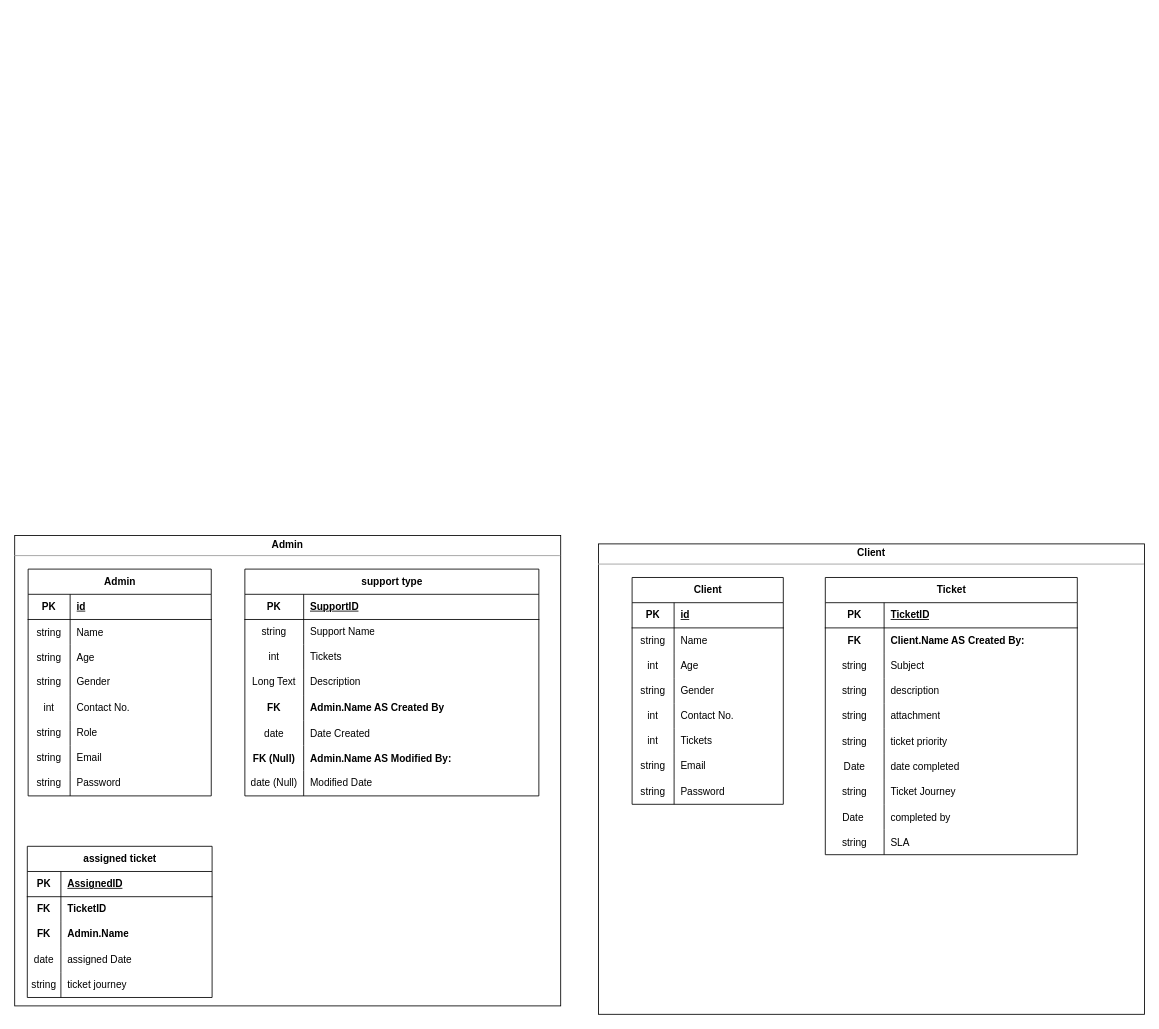
Earlier version of the draw.io diagram hackdesk-erd.drawio (clydeaaron/hackdesk-erd). Source tidied: cells renumbered, new cells numbered last; positions are measured from the earlier drawing's top-left corner, leaving out a move shared by most shapes. Both pictures are drawn from the tidied source at 84%, with x=0, y=0 at pixel (14, 535).
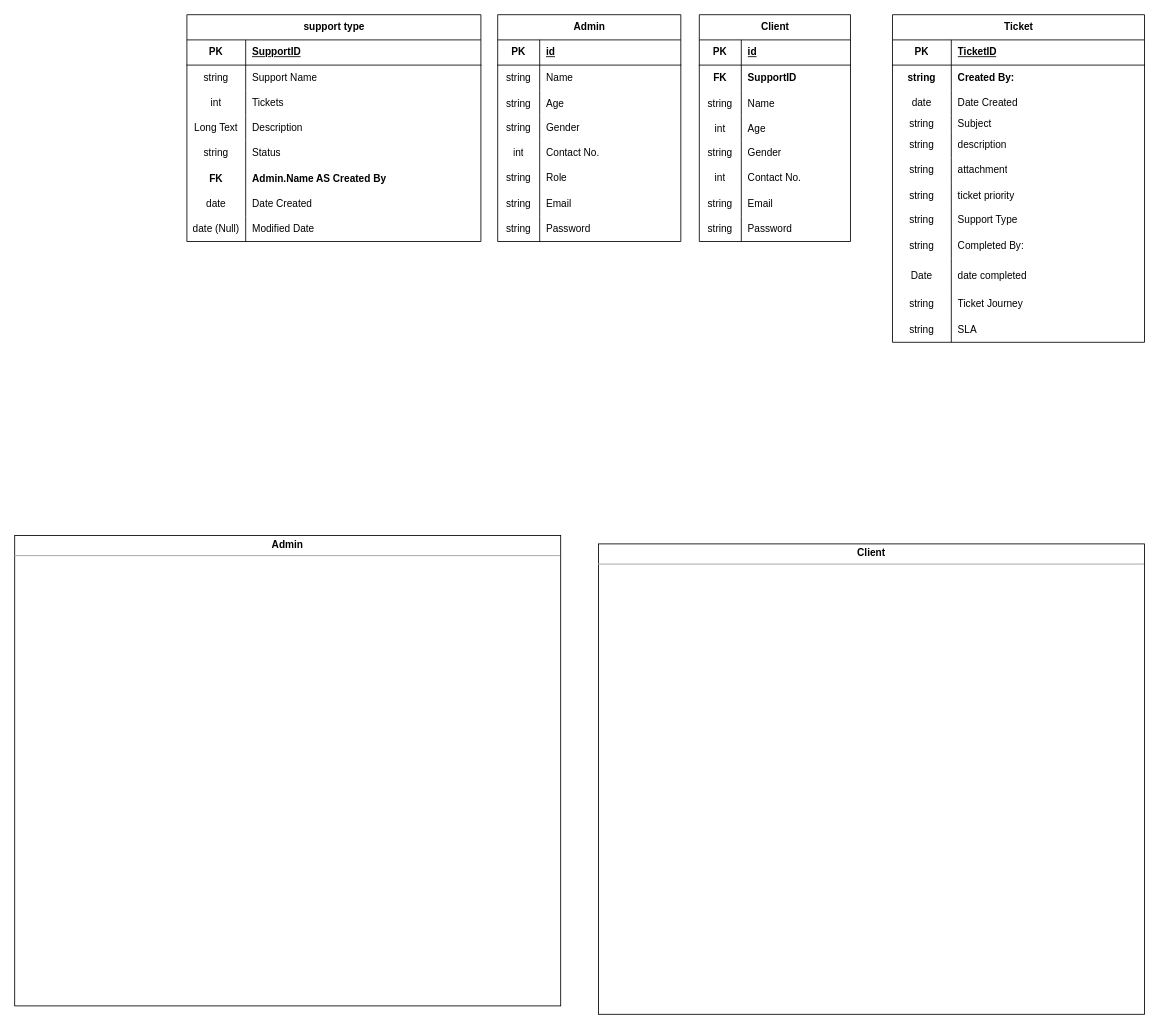
The same diagram, later.

Unchanged cells that the change refers to:
```xml
<mxCell id="32" style="shape=tableRow;horizontal=0;startSize=0;swimlaneHead=0;swimlaneBody=0;fillColor=none;top=0;left=0;right=0;bottom=0;" parent="28" vertex="1">
  <mxGeometry y="60" width="300" height="30" as="geometry" />
</mxCell>
```

The edit, as a diff of the source:
```diff
@@
     <mxCell id="3" value="Client" style="shape=table;startSize=30;childLayout=tableLayout;rowLines=0;fontStyle=1;align=center;html=1;" parent="1" vertex="1">
-      <mxGeometry x="735" y="50" width="180" height="270" as="geometry" />
+      <mxGeometry x="815" y="-620" width="180" height="270" as="geometry" />
     </mxCell>
@@
+    <mxCell id="127" style="shape=tableRow;horizontal=0;startSize=0;swimlaneHead=0;swimlaneBody=0;fillColor=none;top=0;left=0;right=0;bottom=0;fontStyle=1;" parent="3" vertex="1">
+      <mxGeometry y="60" width="180" height="30" as="geometry" />
+    </mxCell>
+    <mxCell id="115" value="FK" style="shape=partialRectangle;fillColor=none;top=0;left=0;bottom=0;right=0;fontStyle=1;overflow=hidden;whiteSpace=wrap;html=1;" parent="127" vertex="1">
+      <mxGeometry width="50" height="30" as="geometry" />
+    </mxCell>
+    <mxCell id="128" value="SupportID" style="shape=partialRectangle;fillColor=none;top=0;left=0;bottom=0;right=0;align=left;spacingLeft=6;fontStyle=1;overflow=hidden;whiteSpace=wrap;html=1;" parent="127" vertex="1">
+      <mxGeometry x="50" width="130" height="30" as="geometry" />
+    </mxCell>
     <mxCell id="7" style="shape=tableRow;horizontal=0;startSize=0;swimlaneHead=0;swimlaneBody=0;fillColor=none;top=0;left=0;right=0;bottom=0;" parent="3" vertex="1">
-      <mxGeometry y="60" width="180" height="30" as="geometry" />
+      <mxGeometry y="90" width="180" height="30" as="geometry" />
     </mxCell>
@@
     <mxCell id="10" style="shape=tableRow;horizontal=0;startSize=0;swimlaneHead=0;swimlaneBody=0;fillColor=none;top=0;left=0;right=0;bottom=0;" parent="3" vertex="1">
-      <mxGeometry y="90" width="180" height="30" as="geometry" />
+      <mxGeometry y="120" width="180" height="30" as="geometry" />
     </mxCell>
@@
     <mxCell id="13" style="shape=tableRow;horizontal=0;startSize=0;swimlaneHead=0;swimlaneBody=0;fillColor=none;top=0;left=0;right=0;bottom=0;" parent="3" vertex="1">
-      <mxGeometry y="120" width="180" height="30" as="geometry" />
+      <mxGeometry y="150" width="180" height="30" as="geometry" />
     </mxCell>
@@
     <mxCell id="16" style="shape=tableRow;horizontal=0;startSize=0;swimlaneHead=0;swimlaneBody=0;fillColor=none;top=0;left=0;right=0;bottom=0;" parent="3" vertex="1">
-      <mxGeometry y="150" width="180" height="30" as="geometry" />
+      <mxGeometry y="180" width="180" height="30" as="geometry" />
     </mxCell>
@@
-    <mxCell id="19" style="shape=tableRow;horizontal=0;startSize=0;swimlaneHead=0;swimlaneBody=0;fillColor=none;top=0;left=0;right=0;bottom=0;" parent="3" vertex="1">
-      <mxGeometry y="180" width="180" height="30" as="geometry" />
-    </mxCell>
-    <mxCell id="20" value="int" style="shape=partialRectangle;fillColor=none;top=0;left=0;bottom=0;right=0;fontStyle=0;overflow=hidden;whiteSpace=wrap;html=1;" parent="19" vertex="1">
-      <mxGeometry width="50" height="30" as="geometry" />
-    </mxCell>
-    <mxCell id="21" value="Tickets" style="shape=partialRectangle;fillColor=none;top=0;left=0;bottom=0;right=0;align=left;spacingLeft=6;fontStyle=0;overflow=hidden;whiteSpace=wrap;html=1;" parent="19" vertex="1">
-      <mxGeometry x="50" width="130" height="30" as="geometry" />
-    </mxCell>
@@
     <mxCell id="28" value="Ticket" style="shape=table;startSize=30;childLayout=tableLayout;rowLines=0;fontStyle=1;align=center;html=1;" parent="1" vertex="1">
-      <mxGeometry x="965" y="50" width="300" height="330" as="geometry" />
+      <mxGeometry x="1045" y="-620" width="300" height="390" as="geometry" />
     </mxCell>
@@
-    <mxCell id="33" value="FK" style="shape=partialRectangle;fillColor=none;top=0;left=0;bottom=0;right=0;overflow=hidden;fontStyle=1;" parent="32" vertex="1">
+    <mxCell id="33" value="string" style="shape=partialRectangle;fillColor=none;top=0;left=0;bottom=0;right=0;overflow=hidden;fontStyle=1;" parent="32" vertex="1">
       <mxGeometry width="70" height="30" as="geometry" />
     </mxCell>
-    <mxCell id="34" value="Client.Name AS Created By:" style="shape=partialRectangle;fillColor=none;top=0;left=0;bottom=0;right=0;align=left;spacingLeft=6;overflow=hidden;fontStyle=1;" parent="32" vertex="1">
+    <mxCell id="34" value="Created By:" style="shape=partialRectangle;fillColor=none;top=0;left=0;bottom=0;right=0;align=left;spacingLeft=6;overflow=hidden;fontStyle=1;" parent="32" vertex="1">
       <mxGeometry x="70" width="230" height="30" as="geometry" />
     </mxCell>
+    <mxCell id="129" style="shape=tableRow;horizontal=0;startSize=0;swimlaneHead=0;swimlaneBody=0;fillColor=none;top=0;left=0;right=0;bottom=0;" parent="28" vertex="1">
+      <mxGeometry y="90" width="300" height="30" as="geometry" />
+    </mxCell>
+    <mxCell id="121" value="date" style="shape=partialRectangle;fillColor=none;top=0;left=0;bottom=0;right=0;fontStyle=0;overflow=hidden;whiteSpace=wrap;html=1;" parent="129" vertex="1">
+      <mxGeometry width="70" height="30" as="geometry" />
+    </mxCell>
+    <mxCell id="130" value="Date Created" style="shape=partialRectangle;fillColor=none;top=0;left=0;bottom=0;right=0;align=left;spacingLeft=6;fontStyle=0;overflow=hidden;whiteSpace=wrap;html=1;" parent="129" vertex="1">
+      <mxGeometry x="70" width="230" height="30" as="geometry" />
+    </mxCell>
     <mxCell id="35" style="shape=tableRow;horizontal=0;startSize=0;swimlaneHead=0;swimlaneBody=0;fillColor=none;top=0;left=0;right=0;bottom=0;" parent="28" vertex="1">
-      <mxGeometry y="90" width="300" height="30" as="geometry" />
+      <mxGeometry y="120" width="300" height="20" as="geometry" />
     </mxCell>
     <mxCell id="36" value="string" style="shape=partialRectangle;fillColor=none;top=0;left=0;bottom=0;right=0;overflow=hidden;whiteSpace=wrap;html=1;" parent="35" vertex="1">
-      <mxGeometry width="70" height="30" as="geometry" />
+      <mxGeometry width="70" height="20" as="geometry" />
     </mxCell>
     <mxCell id="37" value="Subject&lt;span style=&quot;white-space: pre;&quot;&gt; &lt;/span&gt;" style="shape=partialRectangle;fillColor=none;top=0;left=0;bottom=0;right=0;align=left;spacingLeft=6;overflow=hidden;whiteSpace=wrap;html=1;" parent="35" vertex="1">
-      <mxGeometry x="70" width="230" height="30" as="geometry" />
+      <mxGeometry x="70" width="230" height="20" as="geometry" />
     </mxCell>
     <mxCell id="38" style="shape=tableRow;horizontal=0;startSize=0;swimlaneHead=0;swimlaneBody=0;fillColor=none;top=0;left=0;right=0;bottom=0;" parent="28" vertex="1">
-      <mxGeometry y="120" width="300" height="30" as="geometry" />
+      <mxGeometry y="140" width="300" height="30" as="geometry" />
     </mxCell>
@@
     <mxCell id="41" style="shape=tableRow;horizontal=0;startSize=0;swimlaneHead=0;swimlaneBody=0;fillColor=none;top=0;left=0;right=0;bottom=0;" parent="28" vertex="1">
-      <mxGeometry y="150" width="300" height="30" as="geometry" />
+      <mxGeometry y="170" width="300" height="30" as="geometry" />
     </mxCell>
@@
     <mxCell id="44" style="shape=tableRow;horizontal=0;startSize=0;swimlaneHead=0;swimlaneBody=0;fillColor=none;top=0;left=0;right=0;bottom=0;" parent="28" vertex="1">
-      <mxGeometry y="180" width="300" height="30" as="geometry" />
+      <mxGeometry y="200" width="300" height="30" as="geometry" />
     </mxCell>
@@
+    <mxCell id="131" style="shape=tableRow;horizontal=0;startSize=0;swimlaneHead=0;swimlaneBody=0;fillColor=none;top=0;left=0;right=0;bottom=0;" parent="28" vertex="1">
+      <mxGeometry y="230" width="300" height="30" as="geometry" />
+    </mxCell>
+    <mxCell id="132" value="string" style="shape=partialRectangle;fillColor=none;top=0;left=0;bottom=0;right=0;fontStyle=0;overflow=hidden;whiteSpace=wrap;html=1;" parent="131" vertex="1">
+      <mxGeometry width="70" height="30" as="geometry" />
+    </mxCell>
+    <mxCell id="133" value="Support Type" style="shape=partialRectangle;fillColor=none;top=0;left=0;bottom=0;right=0;align=left;spacingLeft=6;fontStyle=0;overflow=hidden;whiteSpace=wrap;html=1;" parent="131" vertex="1">
+      <mxGeometry x="70" width="230" height="30" as="geometry" />
+    </mxCell>
+    <mxCell id="134" style="shape=tableRow;horizontal=0;startSize=0;swimlaneHead=0;swimlaneBody=0;fillColor=none;top=0;left=0;right=0;bottom=0;" parent="28" vertex="1">
+      <mxGeometry y="260" width="300" height="30" as="geometry" />
+    </mxCell>
+    <mxCell id="135" value="string" style="shape=partialRectangle;fillColor=none;top=0;left=0;bottom=0;right=0;fontStyle=0;overflow=hidden;whiteSpace=wrap;html=1;" parent="134" vertex="1">
+      <mxGeometry width="70" height="30" as="geometry" />
+    </mxCell>
+    <mxCell id="136" value="Completed By:" style="shape=partialRectangle;fillColor=none;top=0;left=0;bottom=0;right=0;align=left;spacingLeft=6;fontStyle=0;overflow=hidden;whiteSpace=wrap;html=1;" parent="134" vertex="1">
+      <mxGeometry x="70" width="230" height="30" as="geometry" />
+    </mxCell>
     <mxCell id="47" style="shape=tableRow;horizontal=0;startSize=0;swimlaneHead=0;swimlaneBody=0;fillColor=none;top=0;left=0;right=0;bottom=0;" parent="28" vertex="1">
-      <mxGeometry y="210" width="300" height="30" as="geometry" />
+      <mxGeometry y="290" width="300" height="40" as="geometry" />
     </mxCell>
     <mxCell id="48" value="Date" style="shape=partialRectangle;fillColor=none;top=0;left=0;bottom=0;right=0;overflow=hidden;" parent="47" vertex="1">
-      <mxGeometry width="70" height="30" as="geometry" />
+      <mxGeometry width="70" height="40" as="geometry" />
     </mxCell>
     <mxCell id="49" value="date completed" style="shape=partialRectangle;fillColor=none;top=0;left=0;bottom=0;right=0;align=left;spacingLeft=6;overflow=hidden;" parent="47" vertex="1">
-      <mxGeometry x="70" width="230" height="30" as="geometry" />
+      <mxGeometry x="70" width="230" height="40" as="geometry" />
     </mxCell>
     <mxCell id="50" style="shape=tableRow;horizontal=0;startSize=0;swimlaneHead=0;swimlaneBody=0;fillColor=none;top=0;left=0;right=0;bottom=0;" parent="28" vertex="1">
-      <mxGeometry y="240" width="300" height="30" as="geometry" />
+      <mxGeometry y="330" width="300" height="30" as="geometry" />
     </mxCell>
@@
-    <mxCell id="53" style="shape=tableRow;horizontal=0;startSize=0;swimlaneHead=0;swimlaneBody=0;fillColor=none;top=0;left=0;right=0;bottom=0;" parent="28" vertex="1">
-      <mxGeometry y="270" width="300" height="30" as="geometry" />
-    </mxCell>
-    <mxCell id="54" value="Date " style="shape=partialRectangle;fillColor=none;top=0;left=0;bottom=0;right=0;overflow=hidden;" parent="53" vertex="1">
-      <mxGeometry width="70" height="30" as="geometry" />
-    </mxCell>
-    <mxCell id="55" value="completed by" style="shape=partialRectangle;fillColor=none;top=0;left=0;bottom=0;right=0;align=left;spacingLeft=6;overflow=hidden;" parent="53" vertex="1">
-      <mxGeometry x="70" width="230" height="30" as="geometry" />
-    </mxCell>
     <mxCell id="56" style="shape=tableRow;horizontal=0;startSize=0;swimlaneHead=0;swimlaneBody=0;fillColor=none;top=0;left=0;right=0;bottom=0;" parent="28" vertex="1">
-      <mxGeometry y="300" width="300" height="30" as="geometry" />
+      <mxGeometry y="360" width="300" height="30" as="geometry" />
     </mxCell>
@@
     <mxCell id="60" value="Admin" style="shape=table;startSize=30;childLayout=tableLayout;rowLines=0;fontStyle=1;align=center;html=1;" parent="1" vertex="1">
-      <mxGeometry x="16" y="40" width="218" height="270" as="geometry" />
+      <mxGeometry x="575" y="-620" width="218" height="270" as="geometry" />
     </mxCell>
@@
     <mxCell id="85" value="&lt;b&gt;support type&lt;/b&gt;" style="shape=table;startSize=30;childLayout=tableLayout;rowLines=0;fontStyle=0;align=center;html=1;" parent="1" vertex="1">
-      <mxGeometry x="274" y="40" width="350" height="270" as="geometry" />
+      <mxGeometry x="205" y="-620" width="350" height="270" as="geometry" />
     </mxCell>
@@
+    <mxCell id="137" style="shape=tableRow;horizontal=0;startSize=0;swimlaneHead=0;swimlaneBody=0;fillColor=none;top=0;left=0;right=0;bottom=0;" parent="85" vertex="1">
+      <mxGeometry y="150" width="350" height="30" as="geometry" />
+    </mxCell>
+    <mxCell id="138" value="string" style="shape=partialRectangle;fillColor=none;top=0;left=0;bottom=0;right=0;fontStyle=0;overflow=hidden;whiteSpace=wrap;html=1;" parent="137" vertex="1">
+      <mxGeometry width="70" height="30" as="geometry" />
+    </mxCell>
+    <mxCell id="139" value="Status" style="shape=partialRectangle;fillColor=none;top=0;left=0;bottom=0;right=0;align=left;spacingLeft=6;fontStyle=0;overflow=hidden;whiteSpace=wrap;html=1;" parent="137" vertex="1">
+      <mxGeometry x="70" width="280" height="30" as="geometry" />
+    </mxCell>
     <mxCell id="98" style="shape=tableRow;horizontal=0;startSize=0;swimlaneHead=0;swimlaneBody=0;fillColor=none;top=0;left=0;right=0;bottom=0;" parent="85" vertex="1">
-      <mxGeometry y="150" width="350" height="30" as="geometry" />
+      <mxGeometry y="180" width="350" height="30" as="geometry" />
     </mxCell>
@@
     <mxCell id="101" style="shape=tableRow;horizontal=0;startSize=0;swimlaneHead=0;swimlaneBody=0;fillColor=none;top=0;left=0;right=0;bottom=0;" parent="85" vertex="1">
-      <mxGeometry y="180" width="350" height="30" as="geometry" />
+      <mxGeometry y="210" width="350" height="30" as="geometry" />
     </mxCell>
@@
-    <mxCell id="104" style="shape=tableRow;horizontal=0;startSize=0;swimlaneHead=0;swimlaneBody=0;fillColor=none;top=0;left=0;right=0;bottom=0;" parent="85" vertex="1">
-      <mxGeometry y="210" width="350" height="30" as="geometry" />
-    </mxCell>
-    <mxCell id="105" value="FK (Null)" style="shape=partialRectangle;fillColor=none;top=0;left=0;bottom=0;right=0;overflow=hidden;strokeWidth=4;fontStyle=1;" parent="104" vertex="1">
-      <mxGeometry width="70" height="30" as="geometry" />
-    </mxCell>
-    <mxCell id="106" value="Admin.Name AS Modified By:" style="shape=partialRectangle;fillColor=none;top=0;left=0;bottom=0;right=0;align=left;spacingLeft=6;overflow=hidden;strokeWidth=4;fontStyle=1;" parent="104" vertex="1">
-      <mxGeometry x="70" width="280" height="30" as="geometry" />
-    </mxCell>
@@
-    <mxCell id="110" value="assigned ticket" style="shape=table;startSize=30;childLayout=tableLayout;rowLines=0;fontStyle=1;align=center;html=1;" parent="1" vertex="1">
-      <mxGeometry x="15" y="370" width="220" height="180" as="geometry" />
-    </mxCell>
-    <mxCell id="111" style="shape=tableRow;horizontal=0;startSize=0;swimlaneHead=0;swimlaneBody=0;fillColor=none;top=0;left=0;right=0;bottom=1;" parent="110" vertex="1">
-      <mxGeometry y="30" width="220" height="30" as="geometry" />
-    </mxCell>
-    <mxCell id="112" value="PK" style="shape=partialRectangle;fillColor=none;top=0;left=0;bottom=0;right=0;fontStyle=1;overflow=hidden;whiteSpace=wrap;html=1;" parent="111" vertex="1">
-      <mxGeometry width="40" height="30" as="geometry" />
-    </mxCell>
-    <mxCell id="113" value="AssignedID" style="shape=partialRectangle;fillColor=none;top=0;left=0;bottom=0;right=0;align=left;spacingLeft=6;fontStyle=5;overflow=hidden;whiteSpace=wrap;html=1;" parent="111" vertex="1">
-      <mxGeometry x="40" width="180" height="30" as="geometry" />
-    </mxCell>
-    <mxCell id="114" style="shape=tableRow;horizontal=0;startSize=0;swimlaneHead=0;swimlaneBody=0;fillColor=none;top=0;left=0;right=0;bottom=0;" parent="110" vertex="1">
-      <mxGeometry y="60" width="220" height="30" as="geometry" />
-    </mxCell>
-    <mxCell id="115" value="FK" style="shape=partialRectangle;fillColor=none;top=0;left=0;bottom=0;right=0;fontStyle=1;overflow=hidden;whiteSpace=wrap;html=1;" parent="114" vertex="1">
-      <mxGeometry width="40" height="30" as="geometry" />
-    </mxCell>
-    <mxCell id="116" value="TicketID" style="shape=partialRectangle;fillColor=none;top=0;left=0;bottom=0;right=0;align=left;spacingLeft=6;fontStyle=1;overflow=hidden;whiteSpace=wrap;html=1;" parent="114" vertex="1">
-      <mxGeometry x="40" width="180" height="30" as="geometry" />
-    </mxCell>
-    <mxCell id="117" style="shape=tableRow;horizontal=0;startSize=0;swimlaneHead=0;swimlaneBody=0;fillColor=none;top=0;left=0;right=0;bottom=0;" parent="110" vertex="1">
-      <mxGeometry y="90" width="220" height="30" as="geometry" />
-    </mxCell>
-    <mxCell id="118" value="FK" style="shape=partialRectangle;fillColor=none;top=0;left=0;bottom=0;right=0;overflow=hidden;whiteSpace=wrap;html=1;fontStyle=1;" parent="117" vertex="1">
-      <mxGeometry width="40" height="30" as="geometry" />
-    </mxCell>
-    <mxCell id="119" value="Admin.Name" style="shape=partialRectangle;fillColor=none;top=0;left=0;bottom=0;right=0;align=left;spacingLeft=6;overflow=hidden;whiteSpace=wrap;html=1;fontStyle=1;" parent="117" vertex="1">
-      <mxGeometry x="40" width="180" height="30" as="geometry" />
-    </mxCell>
-    <mxCell id="120" style="shape=tableRow;horizontal=0;startSize=0;swimlaneHead=0;swimlaneBody=0;fillColor=none;top=0;left=0;right=0;bottom=0;" parent="110" vertex="1">
-      <mxGeometry y="120" width="220" height="30" as="geometry" />
-    </mxCell>
-    <mxCell id="121" value="date" style="shape=partialRectangle;fillColor=none;top=0;left=0;bottom=0;right=0;overflow=hidden;whiteSpace=wrap;html=1;" parent="120" vertex="1">
-      <mxGeometry width="40" height="30" as="geometry" />
-    </mxCell>
-    <mxCell id="122" value="assigned Date" style="shape=partialRectangle;fillColor=none;top=0;left=0;bottom=0;right=0;align=left;spacingLeft=6;overflow=hidden;whiteSpace=wrap;html=1;" parent="120" vertex="1">
-      <mxGeometry x="40" width="180" height="30" as="geometry" />
-    </mxCell>
-    <mxCell id="123" style="shape=tableRow;horizontal=0;startSize=0;swimlaneHead=0;swimlaneBody=0;fillColor=none;top=0;left=0;right=0;bottom=0;" parent="110" vertex="1">
-      <mxGeometry y="150" width="220" height="30" as="geometry" />
-    </mxCell>
-    <mxCell id="124" value="string" style="shape=partialRectangle;fillColor=none;top=0;left=0;bottom=0;right=0;overflow=hidden;whiteSpace=wrap;html=1;" parent="123" vertex="1">
-      <mxGeometry width="40" height="30" as="geometry" />
-    </mxCell>
-    <mxCell id="125" value="ticket journey" style="shape=partialRectangle;fillColor=none;top=0;left=0;bottom=0;right=0;align=left;spacingLeft=6;overflow=hidden;whiteSpace=wrap;html=1;" parent="123" vertex="1">
-      <mxGeometry x="40" width="180" height="30" as="geometry" />
-    </mxCell>
```
